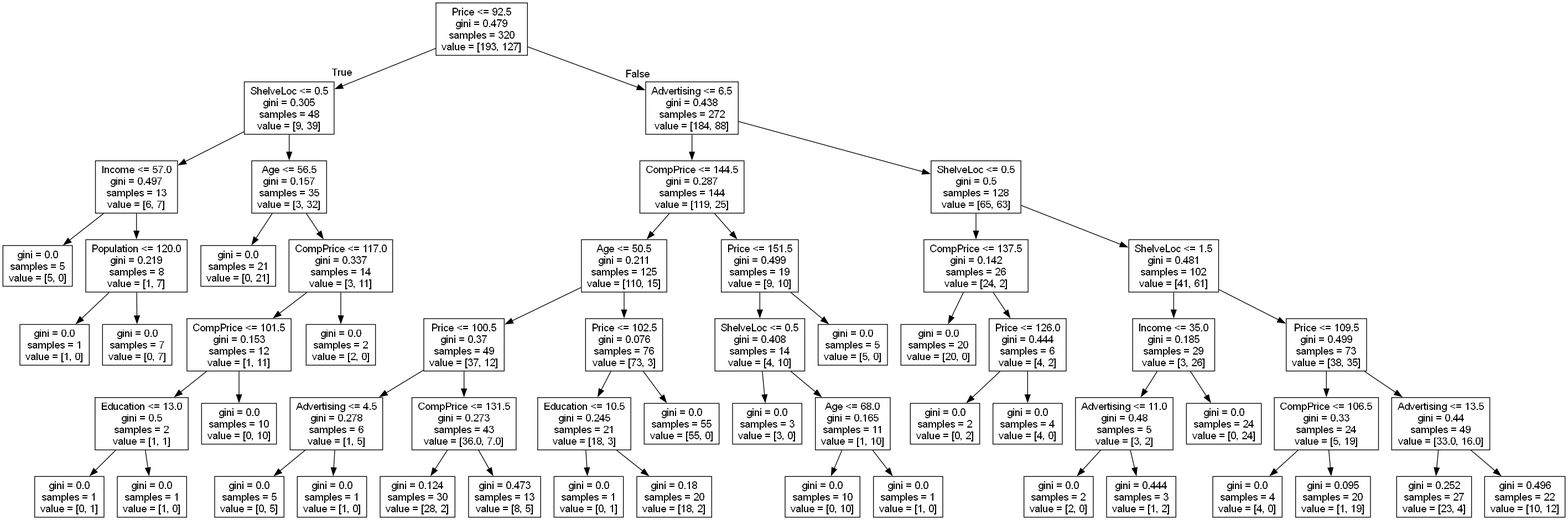
This is carseat_tree.png from muzaffarizamuddin/machine-learning-course, a Graphviz export, as it was before one commit. Its source is kept beside it as carseat_tree.dot.
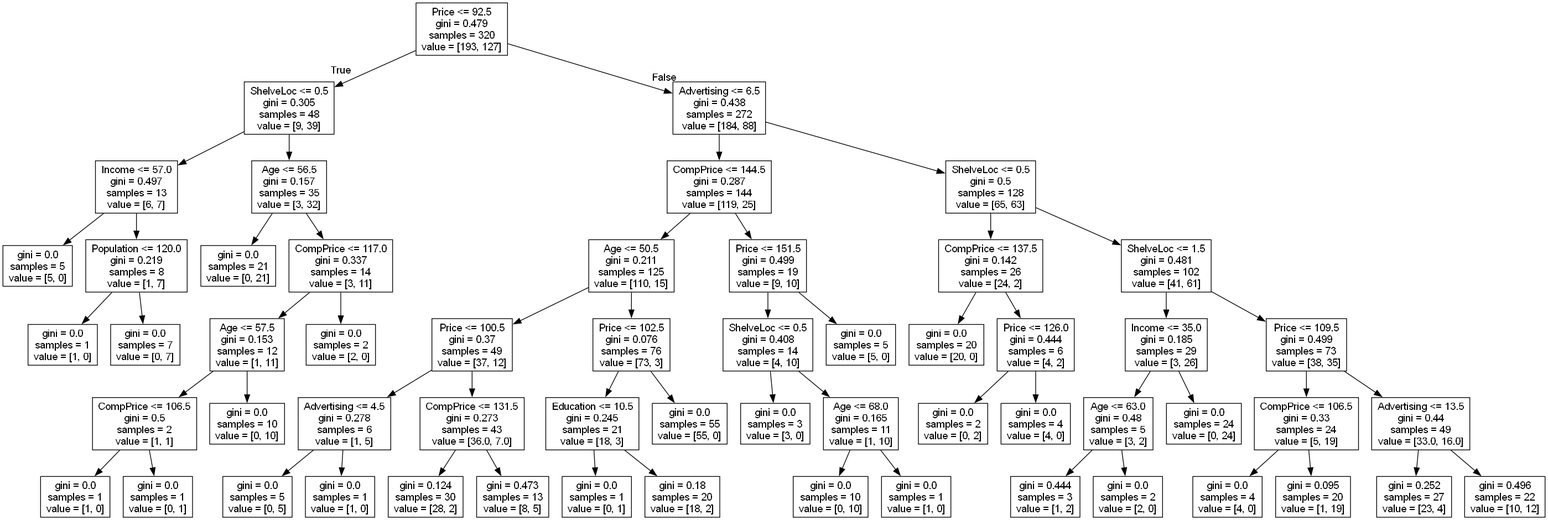
Above is the later version.

What changed in the source:
```diff
@@ -20,13 +20,13 @@
 7 -> 8 ;
 9 [label="CompPrice <= 117.0\ngini = 0.337\nsamples = 14\nvalue = [3, 11]"] ;
 7 -> 9 ;
-10 [label="CompPrice <= 101.5\ngini = 0.153\nsamples = 12\nvalue = [1, 11]"] ;
+10 [label="Age <= 57.5\ngini = 0.153\nsamples = 12\nvalue = [1, 11]"] ;
 9 -> 10 ;
-11 [label="Education <= 13.0\ngini = 0.5\nsamples = 2\nvalue = [1, 1]"] ;
+11 [label="CompPrice <= 106.5\ngini = 0.5\nsamples = 2\nvalue = [1, 1]"] ;
 10 -> 11 ;
-12 [label="gini = 0.0\nsamples = 1\nvalue = [0, 1]"] ;
+12 [label="gini = 0.0\nsamples = 1\nvalue = [1, 0]"] ;
 11 -> 12 ;
-13 [label="gini = 0.0\nsamples = 1\nvalue = [1, 0]"] ;
+13 [label="gini = 0.0\nsamples = 1\nvalue = [0, 1]"] ;
 11 -> 13 ;
 14 [label="gini = 0.0\nsamples = 10\nvalue = [0, 10]"] ;
 10 -> 14 ;
@@ -92,11 +92,11 @@
 38 -> 44 ;
 45 [label="Income <= 35.0\ngini = 0.185\nsamples = 29\nvalue = [3, 26]"] ;
 44 -> 45 ;
-46 [label="Advertising <= 11.0\ngini = 0.48\nsamples = 5\nvalue = [3, 2]"] ;
+46 [label="Age <= 63.0\ngini = 0.48\nsamples = 5\nvalue = [3, 2]"] ;
 45 -> 46 ;
-47 [label="gini = 0.0\nsamples = 2\nvalue = [2, 0]"] ;
+47 [label="gini = 0.444\nsamples = 3\nvalue = [1, 2]"] ;
 46 -> 47 ;
-48 [label="gini = 0.444\nsamples = 3\nvalue = [1, 2]"] ;
+48 [label="gini = 0.0\nsamples = 2\nvalue = [2, 0]"] ;
 46 -> 48 ;
 49 [label="gini = 0.0\nsamples = 24\nvalue = [0, 24]"] ;
 45 -> 49 ;
```
